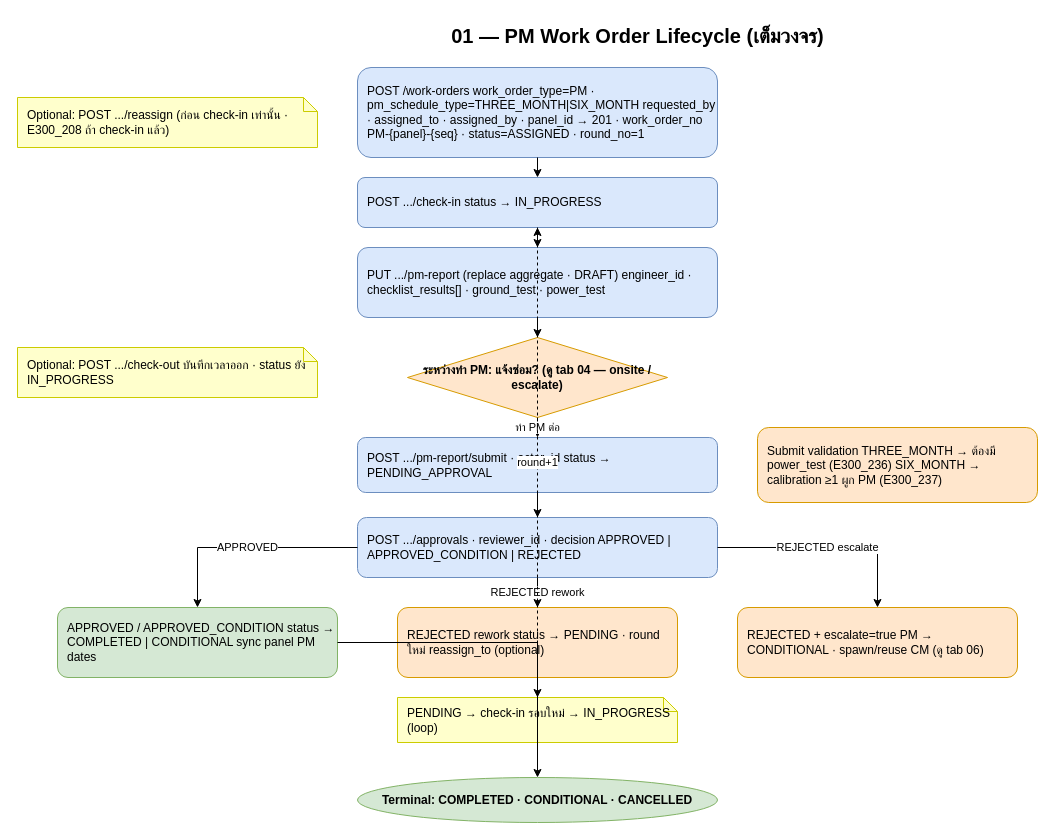
Before: page "01 — PM Work Order" (2 of 7) of doc/diagrams/rtu-pm-cm-workflows.drawio in jiraphorn-ccm/mwa-ops-rtu-api, a draw.io diagram. Source tidied: cells renumbered, new cells numbered last; positions are measured from the earlier drawing's top-left corner, leaving out a move shared by most shapes. Both pictures are drawn from the tidied source at 100%, with x=0, y=0 at pixel (17, 17).
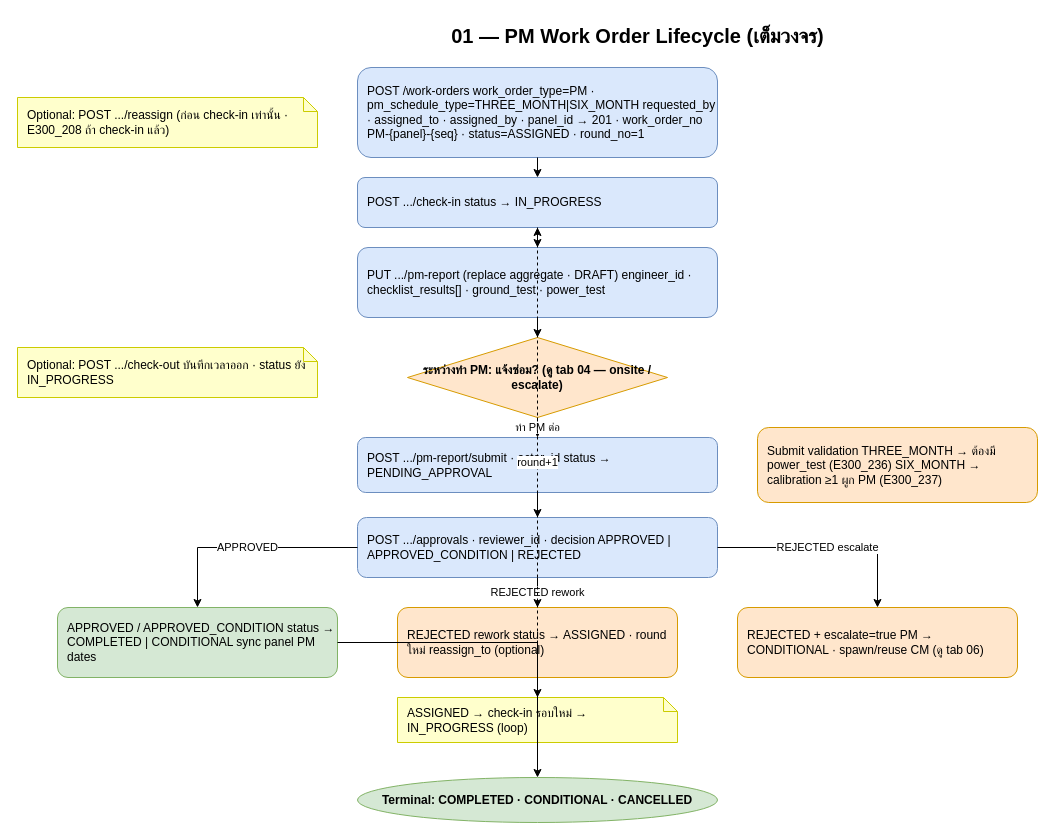
The same diagram, later.

Commit message (it also covers changes not shown here):
ใบงานเก่าที่เคย reject ไปแล้วและค้าง PENDING จะไม่ถูกย้ายอัตโนมัติ — ใบใหม่หลังไม่อนุมัติจะเป็นมอบหมายทันที

The edit, as a diff of the source:
```diff
@@
-    <mxCell id="13" value="REJECTED rework&amp;#xa;status → PENDING · round ใหม่&amp;#xa;reassign_to (optional)" style="rounded=1;whiteSpace=wrap;html=1;fillColor=#FFE6CC;strokeColor=#D79B00;align=left;spacingLeft=8;" parent="1" vertex="1">
+    <mxCell id="13" value="REJECTED rework&amp;#xa;status → ASSIGNED · round ใหม่&amp;#xa;reassign_to (optional)" style="rounded=1;whiteSpace=wrap;html=1;fillColor=#FFE6CC;strokeColor=#D79B00;align=left;spacingLeft=8;" parent="1" vertex="1">
       <mxGeometry x="380" y="590" width="280" height="70" as="geometry" />
     </mxCell>
@@
-    <mxCell id="15" value="PENDING → check-in รอบใหม่ → IN_PROGRESS (loop)" style="shape=note;whiteSpace=wrap;html=1;size=14;fillColor=#FFFFCC;strokeColor=#CCCC00;align=left;spacingLeft=8;" parent="1" vertex="1">
+    <mxCell id="15" value="ASSIGNED → check-in รอบใหม่ → IN_PROGRESS (loop)" style="shape=note;whiteSpace=wrap;html=1;size=14;fillColor=#FFFFCC;strokeColor=#CCCC00;align=left;spacingLeft=8;" parent="1" vertex="1">
       <mxGeometry x="380" y="680" width="280" height="45" as="geometry" />
     </mxCell>
```
